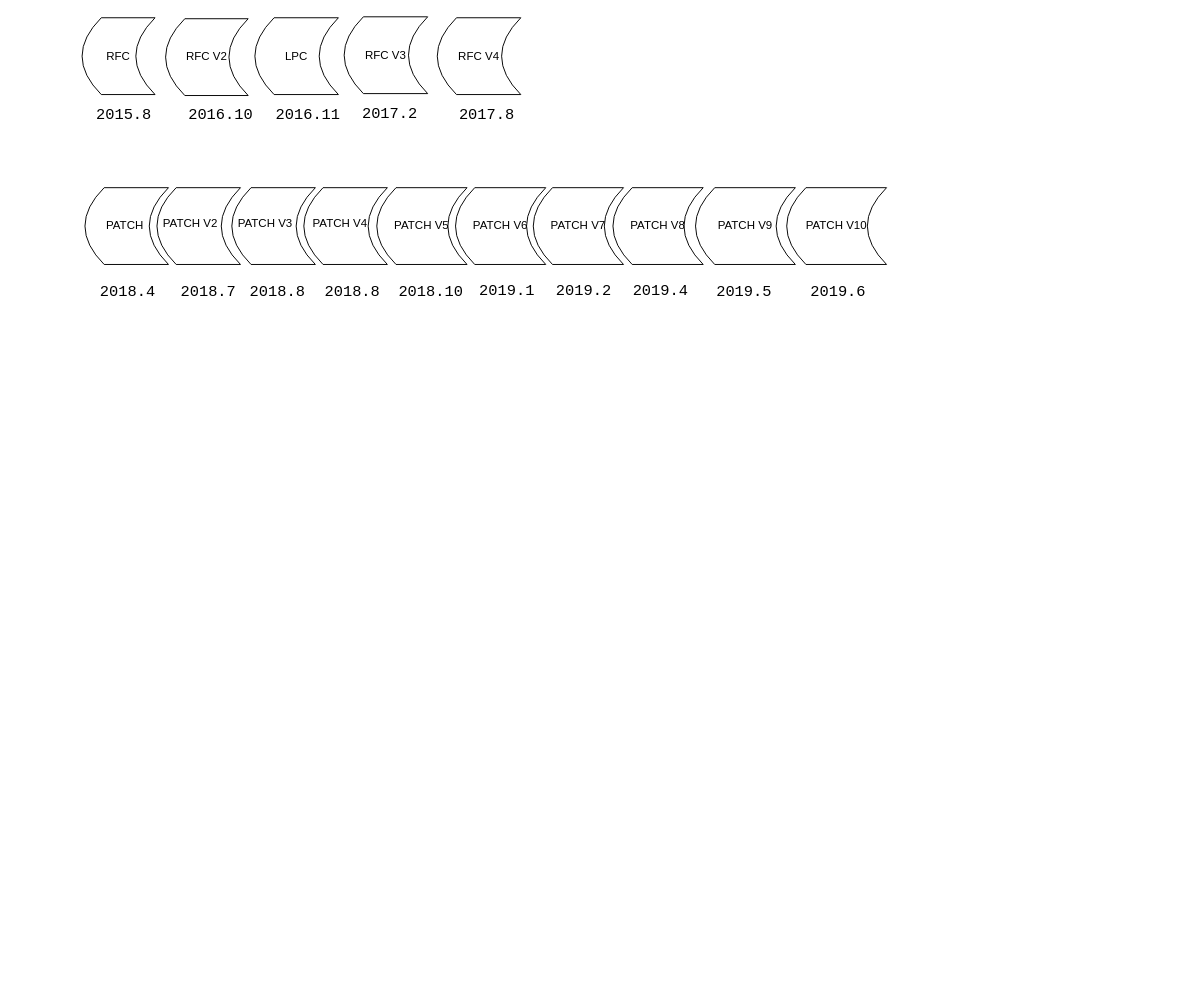
The draw.io diagram uclamp.drawio in jasonactions/graph, before the edit. Source tidied: cells renumbered, new cells numbered last; positions are measured from the earlier drawing's top-left corner, leaving out a move shared by most shapes. Both pictures are drawn from the tidied source at 96%, with x=0, y=0 at pixel (82, 16).
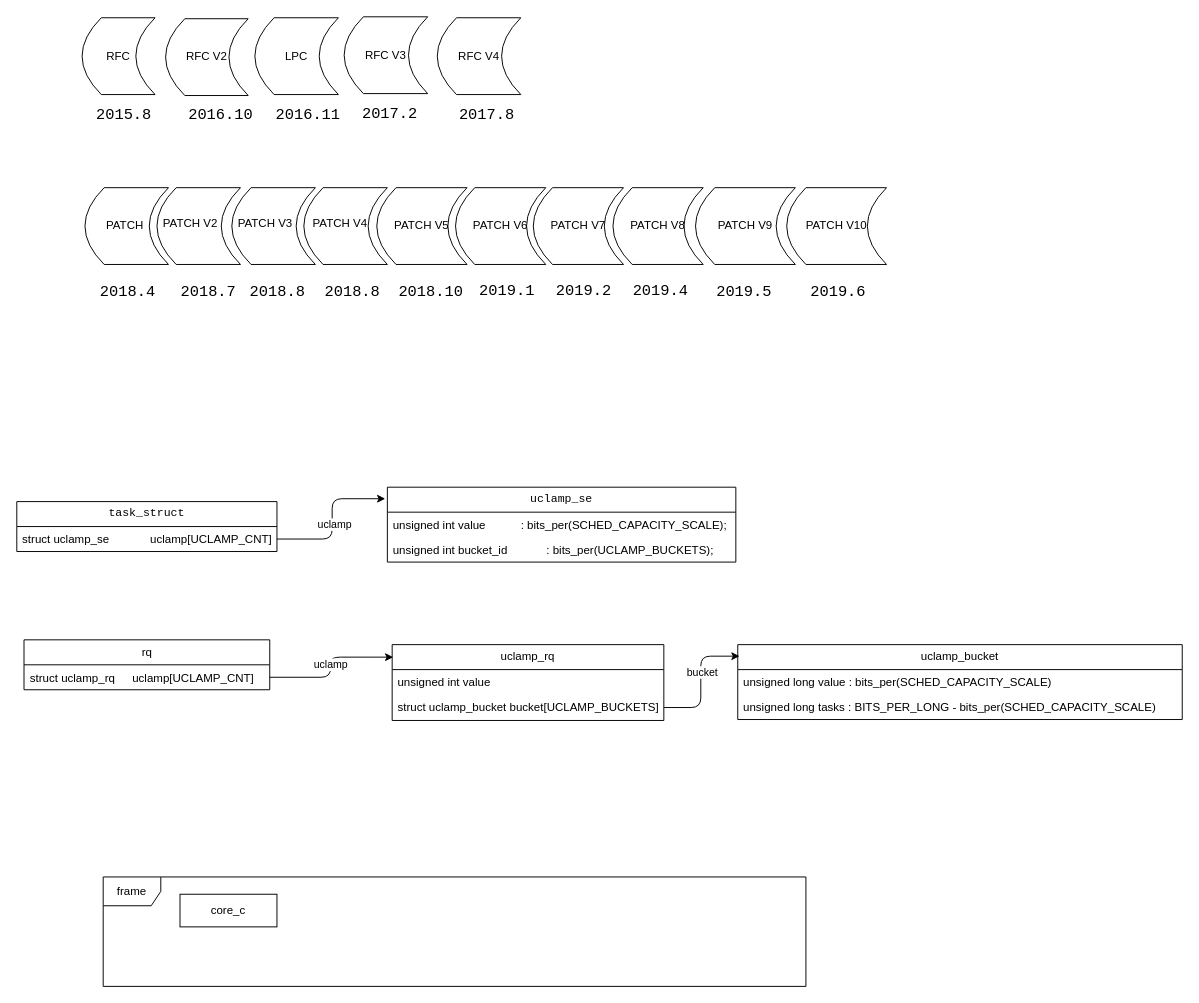
After the change.

What changed in the source:
```diff
@@
+    <mxCell id="35" value="&lt;pre id=&quot;b&quot;&gt;&lt;span class=&quot;add&quot;&gt;uclamp_se&lt;/span&gt;&lt;/pre&gt;" style="swimlane;fontStyle=0;horizontal=1;startSize=26;fillColor=none;whiteSpace=wrap;html=1;" parent="1" vertex="1">
+      <mxGeometry x="318" y="490" width="363" height="78" as="geometry" />
+    </mxCell>
+    <mxCell id="36" value="unsigned int value&lt;span style=&quot;white-space:pre&quot;&gt;&#9;&#9;&lt;/span&gt;: bits_per(SCHED_CAPACITY_SCALE);" style="text;strokeColor=none;fillColor=none;align=left;verticalAlign=top;spacingLeft=4;spacingRight=4;overflow=hidden;whiteSpace=wrap;html=1;" parent="35" vertex="1">
+      <mxGeometry y="26" width="363" height="26" as="geometry" />
+    </mxCell>
+    <mxCell id="37" value="unsigned int bucket_id&lt;span style=&quot;white-space:pre&quot;&gt;&#9;&#9;&lt;/span&gt;: bits_per(UCLAMP_BUCKETS);" style="text;strokeColor=none;fillColor=none;align=left;verticalAlign=top;spacingLeft=4;spacingRight=4;overflow=hidden;whiteSpace=wrap;html=1;" parent="35" vertex="1">
+      <mxGeometry y="52" width="363" height="26" as="geometry" />
+    </mxCell>
+    <mxCell id="38" value="&lt;pre id=&quot;b&quot;&gt;&lt;span class=&quot;hunk&quot;&gt;task_struct&lt;/span&gt;&lt;/pre&gt;" style="swimlane;fontStyle=0;horizontal=1;startSize=26;fillColor=none;whiteSpace=wrap;html=1;" parent="1" vertex="1">
+      <mxGeometry x="-68" y="505" width="271" height="52" as="geometry" />
+    </mxCell>
+    <mxCell id="39" value="struct uclamp_se&lt;span style=&quot;white-space:pre&quot;&gt;&#9;&#9;&lt;/span&gt;uclamp[UCLAMP_CNT]" style="text;strokeColor=none;fillColor=none;align=left;verticalAlign=top;spacingLeft=4;spacingRight=4;overflow=hidden;points=[[0,0.5],[1,0.5]];portConstraint=eastwest;whiteSpace=wrap;html=1;" parent="38" vertex="1">
+      <mxGeometry y="26" width="271" height="26" as="geometry" />
+    </mxCell>
+    <mxCell id="40" style="edgeStyle=orthogonalEdgeStyle;rounded=1;jettySize=auto;html=1;entryX=-0.006;entryY=0.154;entryDx=0;entryDy=0;entryPerimeter=0;curved=0;" parent="1" edge="1" source="39" target="35">
+      <mxGeometry relative="1" as="geometry" />
+    </mxCell>
+    <mxCell id="41" value="uclamp" style="edgeLabel;html=1;align=center;verticalAlign=middle;" parent="40" vertex="1">
+      <mxGeometry x="-0.05" y="-1" relative="1" as="geometry">
+        <mxPoint x="1" y="1" as="offset" />
+      </mxGeometry>
+    </mxCell>
+    <mxCell id="42" value="frame" style="shape=umlFrame;whiteSpace=wrap;html=1;" parent="1" vertex="1">
+      <mxGeometry x="22" y="896" width="732" height="114" as="geometry" />
+    </mxCell>
+    <mxCell id="43" value="core_c" style="html=1;whiteSpace=wrap;" parent="1" vertex="1">
+      <mxGeometry x="102" y="914" width="101" height="34" as="geometry" />
+    </mxCell>
+    <mxCell id="44" value="rq" style="swimlane;fontStyle=0;horizontal=1;startSize=26;fillColor=none;whiteSpace=wrap;html=1;" parent="1" vertex="1">
+      <mxGeometry x="-60.5" y="649" width="256" height="52" as="geometry" />
+    </mxCell>
+    <mxCell id="45" value="struct uclamp_rq&lt;span style=&quot;white-space:pre&quot;&gt;&#9;&lt;/span&gt;uclamp[UCLAMP_CNT]" style="text;strokeColor=none;fillColor=none;align=left;verticalAlign=top;spacingLeft=4;spacingRight=4;overflow=hidden;points=[[0,0.5],[1,0.5]];portConstraint=eastwest;whiteSpace=wrap;html=1;" parent="44" vertex="1">
+      <mxGeometry y="26" width="256" height="26" as="geometry" />
+    </mxCell>
+    <mxCell id="46" value="uclamp_rq" style="swimlane;fontStyle=0;horizontal=1;startSize=26;fillColor=none;whiteSpace=wrap;html=1;" parent="1" vertex="1">
+      <mxGeometry x="323" y="654" width="283" height="79" as="geometry" />
+    </mxCell>
+    <mxCell id="47" value="unsigned int value" style="text;strokeColor=none;fillColor=none;align=left;verticalAlign=top;spacingLeft=4;spacingRight=4;overflow=hidden;whiteSpace=wrap;html=1;" parent="46" vertex="1">
+      <mxGeometry y="26" width="283" height="26" as="geometry" />
+    </mxCell>
+    <mxCell id="48" value="struct uclamp_bucket bucket[UCLAMP_BUCKETS]" style="text;strokeColor=none;fillColor=none;align=left;verticalAlign=top;spacingLeft=4;spacingRight=4;overflow=hidden;points=[[0,0.5],[1,0.5]];portConstraint=eastwest;whiteSpace=wrap;html=1;" parent="46" vertex="1">
+      <mxGeometry y="52" width="283" height="27" as="geometry" />
+    </mxCell>
+    <mxCell id="49" style="edgeStyle=orthogonalEdgeStyle;rounded=1;jettySize=auto;html=1;entryX=0.004;entryY=0.165;entryDx=0;entryDy=0;entryPerimeter=0;curved=0;" parent="1" edge="1" source="45" target="46">
+      <mxGeometry relative="1" as="geometry">
+        <Array as="points">
+          <mxPoint x="259" y="688" />
+          <mxPoint x="259" y="667" />
+        </Array>
+      </mxGeometry>
+    </mxCell>
+    <mxCell id="50" value="uclamp" style="edgeLabel;html=1;align=center;verticalAlign=middle;" parent="49" vertex="1">
+      <mxGeometry x="0.04" y="1" relative="1" as="geometry">
+        <mxPoint y="1" as="offset" />
+      </mxGeometry>
+    </mxCell>
+    <mxCell id="51" value="uclamp_bucket" style="swimlane;fontStyle=0;horizontal=1;startSize=26;fillColor=none;whiteSpace=wrap;html=1;" parent="1" vertex="1">
+      <mxGeometry x="683" y="654" width="463" height="78" as="geometry" />
+    </mxCell>
+    <mxCell id="52" value="unsigned long value : bits_per(SCHED_CAPACITY_SCALE)" style="text;strokeColor=none;fillColor=none;align=left;verticalAlign=top;spacingLeft=4;spacingRight=4;overflow=hidden;whiteSpace=wrap;html=1;" parent="51" vertex="1">
+      <mxGeometry y="26" width="463" height="26" as="geometry" />
+    </mxCell>
+    <mxCell id="53" value="unsigned long tasks : BITS_PER_LONG - bits_per(SCHED_CAPACITY_SCALE)" style="text;strokeColor=none;fillColor=none;align=left;verticalAlign=top;spacingLeft=4;spacingRight=4;overflow=hidden;whiteSpace=wrap;html=1;" parent="51" vertex="1">
+      <mxGeometry y="52" width="463" height="26" as="geometry" />
+    </mxCell>
+    <mxCell id="54" style="edgeStyle=orthogonalEdgeStyle;rounded=1;jettySize=auto;html=1;entryX=0.004;entryY=0.154;entryDx=0;entryDy=0;entryPerimeter=0;curved=0;" parent="1" edge="1" source="48" target="51">
+      <mxGeometry relative="1" as="geometry" />
+    </mxCell>
+    <mxCell id="55" value="bucket" style="edgeLabel;html=1;align=center;verticalAlign=middle;" parent="54" vertex="1">
+      <mxGeometry x="0.15" relative="1" as="geometry">
+        <mxPoint x="1" as="offset" />
+      </mxGeometry>
+    </mxCell>
```
